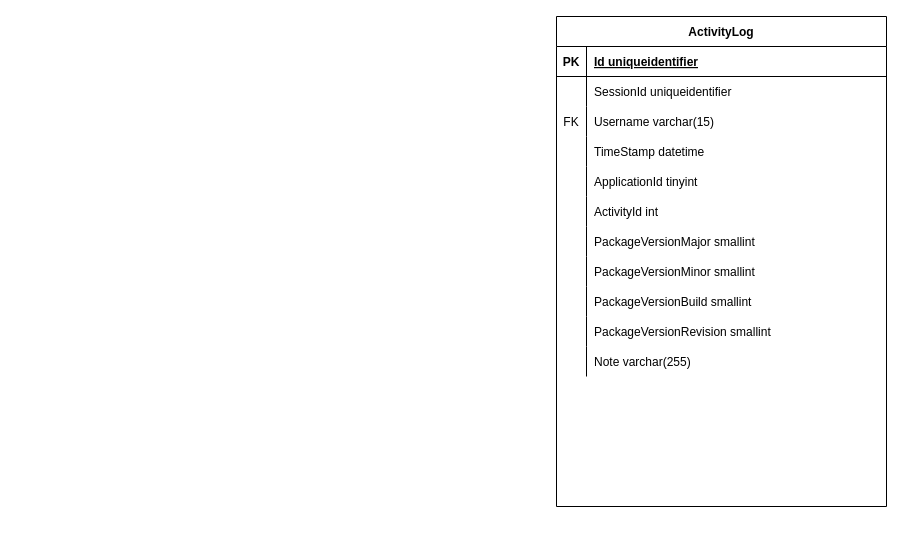
Earlier version of the draw.io diagram page "Activity Logging" (3 of 4) of ApexVisualErd.drawio (TimHanewich/ApexVisualLibrary). Source tidied: cells renumbered, new cells numbered last; positions are measured from the earlier drawing's top-left corner, leaving out a move shared by most shapes. Both pictures are drawn from the tidied source at 100%, with x=0, y=0 at pixel (556, 16).
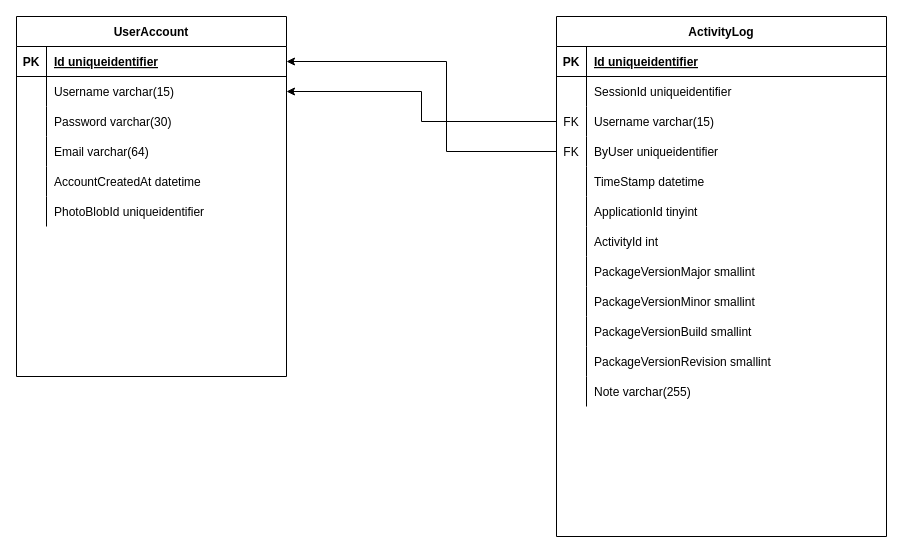
The same page after the edit.

Commit message (it also covers changes not shown here):
Added UserAccount to ERD and added ByUser GUID to ActivityLog

Unchanged cells that the change refers to:
```xml
<mxCell id="9" style="shape=partialRectangle;fillColor=none;top=0;left=0;bottom=0;right=0;points=[[0,0.5],[1,0.5]];portConstraint=eastwest;" parent="2" vertex="1">
  <mxGeometry y="90" width="330" height="30" as="geometry" />
</mxCell>
```

The edit, as a diff of the source:
```diff
@@
     <mxCell id="2" value="ActivityLog" style="shape=table;startSize=30;childLayout=tableLayout;rowLines=0;fontStyle=1;align=center;" parent="1" vertex="1">
-      <mxGeometry width="330" height="490" as="geometry" />
+      <mxGeometry width="330" height="520" as="geometry" />
     </mxCell>
@@
+    <mxCell id="36" style="shape=partialRectangle;fillColor=none;top=0;left=0;bottom=0;right=0;points=[[0,0.5],[1,0.5]];portConstraint=eastwest;" parent="2" vertex="1">
+      <mxGeometry y="120" width="330" height="30" as="geometry" />
+    </mxCell>
+    <mxCell id="37" value="FK" style="shape=partialRectangle;fillColor=none;top=0;left=0;bottom=0;right=0;overflow=hidden;" parent="36" vertex="1">
+      <mxGeometry width="30" height="30" as="geometry" />
+    </mxCell>
+    <mxCell id="38" value="ByUser uniqueidentifier" style="shape=partialRectangle;fillColor=none;top=0;left=0;bottom=0;right=0;align=left;spacingLeft=6;overflow=hidden;" parent="36" vertex="1">
+      <mxGeometry x="30" width="300" height="30" as="geometry" />
+    </mxCell>
     <mxCell id="12" style="shape=partialRectangle;fillColor=none;top=0;left=0;bottom=0;right=0;" parent="2" vertex="1">
-      <mxGeometry y="120" width="330" height="30" as="geometry" />
+      <mxGeometry y="150" width="330" height="30" as="geometry" />
     </mxCell>
@@
     <mxCell id="15" style="shape=partialRectangle;fillColor=none;top=0;left=0;bottom=0;right=0;" parent="2" vertex="1">
-      <mxGeometry y="150" width="330" height="30" as="geometry" />
+      <mxGeometry y="180" width="330" height="30" as="geometry" />
     </mxCell>
@@
     <mxCell id="18" style="shape=partialRectangle;fillColor=none;top=0;left=0;bottom=0;right=0;" parent="2" vertex="1">
-      <mxGeometry y="180" width="330" height="30" as="geometry" />
+      <mxGeometry y="210" width="330" height="30" as="geometry" />
     </mxCell>
@@
     <mxCell id="21" style="shape=partialRectangle;fillColor=none;top=0;left=0;bottom=0;right=0;" parent="2" vertex="1">
-      <mxGeometry y="210" width="330" height="30" as="geometry" />
+      <mxGeometry y="240" width="330" height="30" as="geometry" />
     </mxCell>
@@
     <mxCell id="24" style="shape=partialRectangle;fillColor=none;top=0;left=0;bottom=0;right=0;" parent="2" vertex="1">
-      <mxGeometry y="240" width="330" height="30" as="geometry" />
+      <mxGeometry y="270" width="330" height="30" as="geometry" />
     </mxCell>
@@
     <mxCell id="27" style="shape=partialRectangle;fillColor=none;top=0;left=0;bottom=0;right=0;" parent="2" vertex="1">
-      <mxGeometry y="270" width="330" height="30" as="geometry" />
+      <mxGeometry y="300" width="330" height="30" as="geometry" />
     </mxCell>
@@
     <mxCell id="30" style="shape=partialRectangle;fillColor=none;top=0;left=0;bottom=0;right=0;" parent="2" vertex="1">
-      <mxGeometry y="300" width="330" height="30" as="geometry" />
+      <mxGeometry y="330" width="330" height="30" as="geometry" />
     </mxCell>
@@
     <mxCell id="33" style="shape=partialRectangle;fillColor=none;top=0;left=0;bottom=0;right=0;" parent="2" vertex="1">
-      <mxGeometry y="330" width="330" height="30" as="geometry" />
+      <mxGeometry y="360" width="330" height="30" as="geometry" />
     </mxCell>
@@
+    <mxCell id="39" value="UserAccount" style="shape=table;startSize=30;childLayout=tableLayout;rowLines=0;fontStyle=1;align=center;" parent="1" vertex="1">
+      <mxGeometry x="-540" width="270" height="360" as="geometry" />
+    </mxCell>
+    <mxCell id="40" style="shape=partialRectangle;fillColor=none;top=0;left=0;bottom=1;right=0;points=[[0,0.5],[1,0.5]];portConstraint=eastwest;" parent="39" vertex="1">
+      <mxGeometry y="30" width="270" height="30" as="geometry" />
+    </mxCell>
+    <mxCell id="41" value="PK" style="shape=partialRectangle;fillColor=none;top=0;left=0;bottom=0;right=0;fontStyle=1;overflow=hidden;" parent="40" vertex="1">
+      <mxGeometry width="30" height="30" as="geometry" />
+    </mxCell>
+    <mxCell id="42" value="Id uniqueidentifier" style="shape=partialRectangle;fillColor=none;top=0;left=0;bottom=0;right=0;align=left;spacingLeft=6;fontStyle=5;overflow=hidden;" parent="40" vertex="1">
+      <mxGeometry x="30" width="240" height="30" as="geometry" />
+    </mxCell>
+    <mxCell id="43" style="shape=partialRectangle;fillColor=none;top=0;left=0;bottom=0;right=0;points=[[0,0.5],[1,0.5]];portConstraint=eastwest;" parent="39" vertex="1">
+      <mxGeometry y="60" width="270" height="30" as="geometry" />
+    </mxCell>
+    <mxCell id="44" style="shape=partialRectangle;fillColor=none;top=0;left=0;bottom=0;right=0;overflow=hidden;" parent="43" vertex="1">
+      <mxGeometry width="30" height="30" as="geometry" />
+    </mxCell>
+    <mxCell id="45" value="Username varchar(15)" style="shape=partialRectangle;fillColor=none;top=0;left=0;bottom=0;right=0;align=left;spacingLeft=6;overflow=hidden;" parent="43" vertex="1">
+      <mxGeometry x="30" width="240" height="30" as="geometry" />
+    </mxCell>
+    <mxCell id="46" style="shape=partialRectangle;fillColor=none;top=0;left=0;bottom=0;right=0;" parent="39" vertex="1">
+      <mxGeometry y="90" width="270" height="30" as="geometry" />
+    </mxCell>
+    <mxCell id="47" style="shape=partialRectangle;fillColor=none;top=0;left=0;bottom=0;right=0;overflow=hidden;" parent="46" vertex="1">
+      <mxGeometry width="30" height="30" as="geometry" />
+    </mxCell>
+    <mxCell id="48" value="Password varchar(30)" style="shape=partialRectangle;fillColor=none;top=0;left=0;bottom=0;right=0;align=left;spacingLeft=6;overflow=hidden;" parent="46" vertex="1">
+      <mxGeometry x="30" width="240" height="30" as="geometry" />
+    </mxCell>
+    <mxCell id="49" style="shape=partialRectangle;fillColor=none;top=0;left=0;bottom=0;right=0;" parent="39" vertex="1">
+      <mxGeometry y="120" width="270" height="30" as="geometry" />
+    </mxCell>
+    <mxCell id="50" style="shape=partialRectangle;fillColor=none;top=0;left=0;bottom=0;right=0;overflow=hidden;" parent="49" vertex="1">
+      <mxGeometry width="30" height="30" as="geometry" />
+    </mxCell>
+    <mxCell id="51" value="Email varchar(64)" style="shape=partialRectangle;fillColor=none;top=0;left=0;bottom=0;right=0;align=left;spacingLeft=6;overflow=hidden;" parent="49" vertex="1">
+      <mxGeometry x="30" width="240" height="30" as="geometry" />
+    </mxCell>
+    <mxCell id="52" style="shape=partialRectangle;fillColor=none;top=0;left=0;bottom=0;right=0;" parent="39" vertex="1">
+      <mxGeometry y="150" width="270" height="30" as="geometry" />
+    </mxCell>
+    <mxCell id="53" style="shape=partialRectangle;fillColor=none;top=0;left=0;bottom=0;right=0;overflow=hidden;" parent="52" vertex="1">
+      <mxGeometry width="30" height="30" as="geometry" />
+    </mxCell>
+    <mxCell id="54" value="AccountCreatedAt datetime" style="shape=partialRectangle;fillColor=none;top=0;left=0;bottom=0;right=0;align=left;spacingLeft=6;overflow=hidden;" parent="52" vertex="1">
+      <mxGeometry x="30" width="240" height="30" as="geometry" />
+    </mxCell>
+    <mxCell id="55" style="shape=partialRectangle;fillColor=none;top=0;left=0;bottom=0;right=0;" parent="39" vertex="1">
+      <mxGeometry y="180" width="270" height="30" as="geometry" />
+    </mxCell>
+    <mxCell id="56" style="shape=partialRectangle;fillColor=none;top=0;left=0;bottom=0;right=0;overflow=hidden;" parent="55" vertex="1">
+      <mxGeometry width="30" height="30" as="geometry" />
+    </mxCell>
+    <mxCell id="57" value="PhotoBlobId uniqueidentifier" style="shape=partialRectangle;fillColor=none;top=0;left=0;bottom=0;right=0;align=left;spacingLeft=6;overflow=hidden;" parent="55" vertex="1">
+      <mxGeometry x="30" width="240" height="30" as="geometry" />
+    </mxCell>
+    <mxCell id="58" style="edgeStyle=orthogonalEdgeStyle;rounded=0;jettySize=auto;html=1;exitX=0;exitY=0.5;exitDx=0;exitDy=0;entryX=1;entryY=0.5;entryDx=0;entryDy=0;" parent="1" edge="1" source="9" target="43">
+      <mxGeometry relative="1" as="geometry" />
+    </mxCell>
+    <mxCell id="59" style="edgeStyle=orthogonalEdgeStyle;rounded=0;jettySize=auto;html=1;exitX=0;exitY=0.5;exitDx=0;exitDy=0;entryX=1;entryY=0.5;entryDx=0;entryDy=0;" parent="1" edge="1" source="36" target="40">
+      <mxGeometry relative="1" as="geometry">
+        <Array as="points">
+          <mxPoint x="-110" y="135" />
+          <mxPoint x="-110" y="45" />
+        </Array>
+      </mxGeometry>
+    </mxCell>
```
